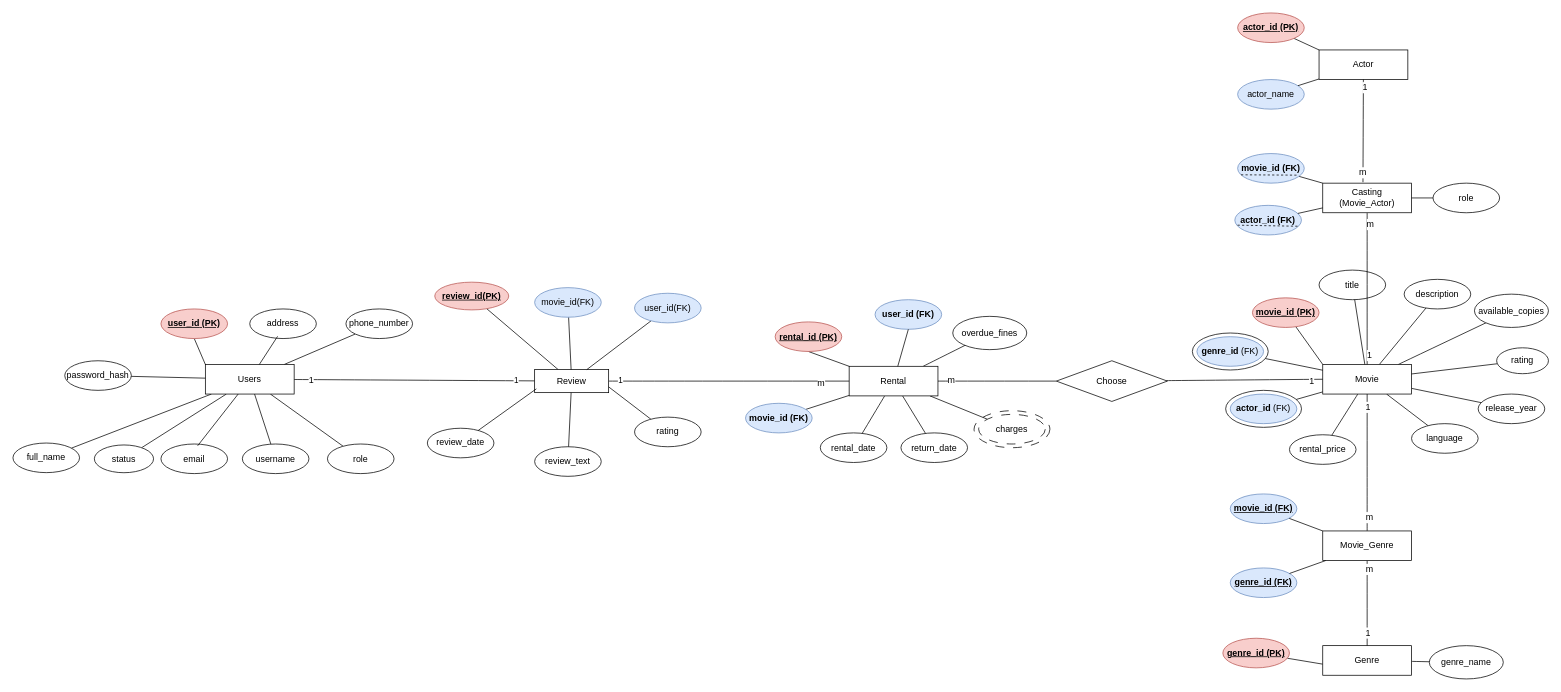
This is ERD_MovieRentalSystem.drawio from TAK1ST/Rentail-Movie, a draw.io file, before an edit. Source tidied: cells renumbered, new cells numbered last; positions are measured from the earlier drawing's top-left corner, leaving out a move shared by most shapes. Both pictures are drawn from the tidied source at 74%, with x=0, y=0 at pixel (13, 13).
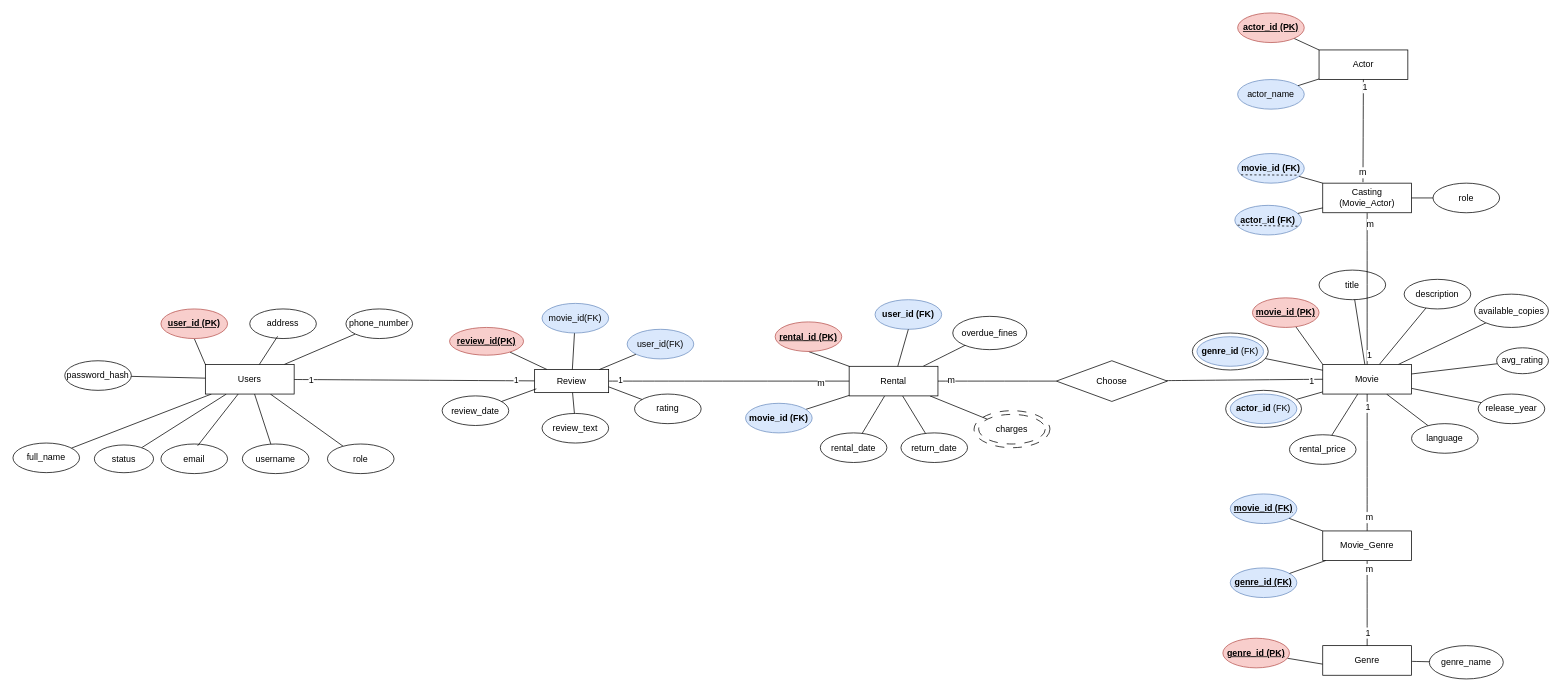
The same page after the edit.

Diff of the diagram source:
```diff
@@
-    <mxCell id="35" value="rating" style="ellipse;whiteSpace=wrap;html=1;" parent="1" vertex="1">
+    <mxCell id="35" value="avg_rating" style="ellipse;whiteSpace=wrap;html=1;" parent="1" vertex="1">
       <mxGeometry x="2005" y="452.5" width="70" height="35" as="geometry" />
     </mxCell>
@@
     <mxCell id="109" value="review_id(PK)" style="ellipse;whiteSpace=wrap;html=1;rounded=0;fontStyle=5;fillColor=#f8cecc;strokeColor=#b85450;" parent="1" vertex="1">
-      <mxGeometry x="570" y="363.8" width="100" height="37.5" as="geometry" />
+      <mxGeometry x="590" y="425" width="100" height="37.5" as="geometry" />
     </mxCell>
@@
     <mxCell id="111" value="review_text" style="ellipse;whiteSpace=wrap;html=1;" parent="1" vertex="1">
-      <mxGeometry x="705" y="586.2" width="90" height="40" as="geometry" />
+      <mxGeometry x="715" y="541.2" width="90" height="40" as="geometry" />
     </mxCell>
     <mxCell id="112" value="review_date" style="ellipse;whiteSpace=wrap;html=1;" parent="1" vertex="1">
-      <mxGeometry x="560" y="561.2" width="90" height="40" as="geometry" />
+      <mxGeometry x="580" y="517.5" width="90" height="40" as="geometry" />
     </mxCell>
@@
     <mxCell id="114" value="user_id(FK)" style="ellipse;whiteSpace=wrap;html=1;fillColor=#dae8fc;strokeColor=#6c8ebf;" parent="1" vertex="1">
-      <mxGeometry x="840" y="378.8" width="90" height="40" as="geometry" />
+      <mxGeometry x="830" y="427.5" width="90" height="40" as="geometry" />
     </mxCell>
@@
     <mxCell id="117" value="rating" style="ellipse;whiteSpace=wrap;html=1;" parent="1" vertex="1">
-      <mxGeometry x="840" y="546.2" width="90" height="40" as="geometry" />
+      <mxGeometry x="840" y="515" width="90" height="40" as="geometry" />
     </mxCell>
@@
     <mxCell id="119" value="movie_id(FK)" style="ellipse;whiteSpace=wrap;html=1;fillColor=#dae8fc;strokeColor=#6c8ebf;" parent="1" vertex="1">
-      <mxGeometry x="705" y="371.2" width="90" height="40" as="geometry" />
+      <mxGeometry x="715" y="392.5" width="90" height="40" as="geometry" />
     </mxCell>
```
